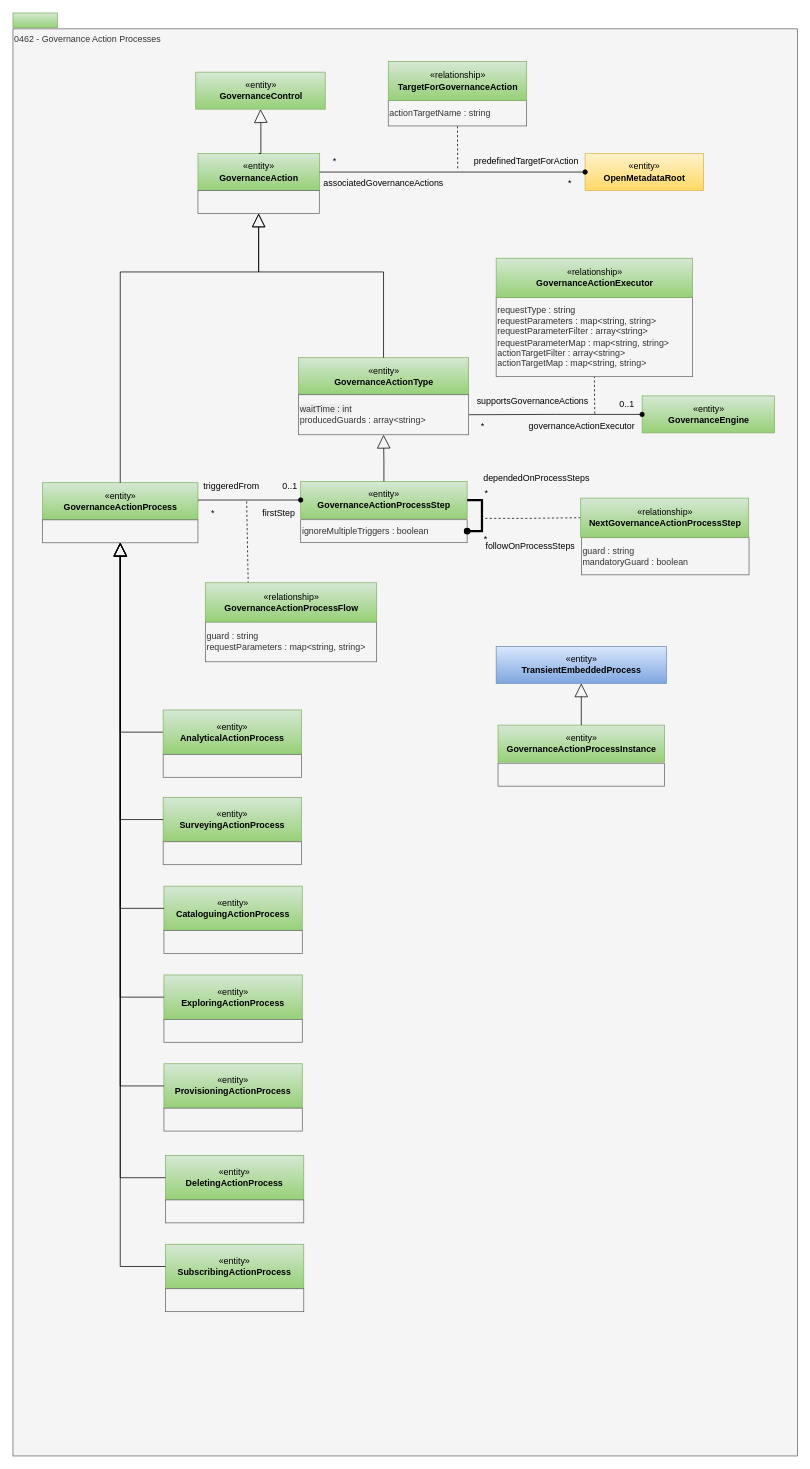
This is page "0462-Governance-Action-Processes" (22 of 30) of site/docs/types/4/area-4-governance.drawio from odpi/egeria-docs, a draw.io file, before an edit. Source tidied: cells renumbered, new cells numbered last; positions are measured from the earlier drawing's top-left corner, leaving out a move shared by most shapes. Both pictures are drawn from the tidied source at 74%, with x=0, y=0 at pixel (13, 13).
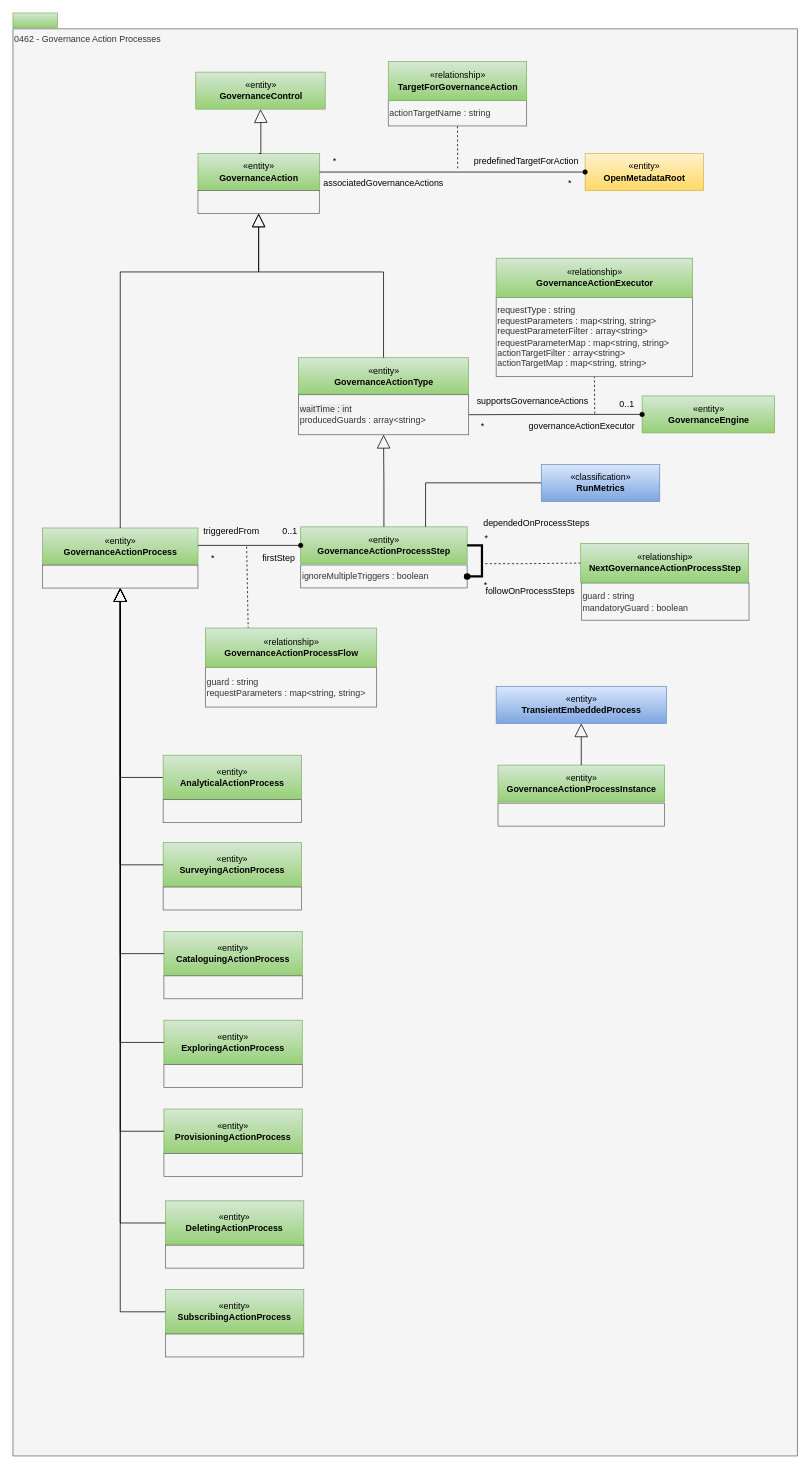
The same diagram, later.

What changed in the source:
```diff
@@
     <mxCell id="4" value="ignoreMultipleTriggers : boolean" style="rounded=0;whiteSpace=wrap;html=1;strokeColor=#666666;align=left;fillColor=#f5f5f5;fontColor=#333333;" parent="1" vertex="1">
-      <mxGeometry x="388.8" y="684.8" width="225" height="31" as="geometry" />
+      <mxGeometry x="388.8" y="746" width="225" height="31" as="geometry" />
     </mxCell>
@@
     <mxCell id="6" value="guard : string&lt;br&gt;mandatoryGuard : boolean&lt;br&gt;" style="rounded=0;whiteSpace=wrap;html=1;strokeColor=#666666;align=left;fillColor=#f5f5f5;fontColor=#333333;" parent="1" vertex="1">
-      <mxGeometry x="768.2" y="709.1" width="226.5" height="50.2" as="geometry" />
+      <mxGeometry x="768.2" y="770.4" width="226.5" height="50.2" as="geometry" />
     </mxCell>
     <mxCell id="7" value="*" style="text;html=1;strokeColor=none;fillColor=none;align=center;verticalAlign=middle;whiteSpace=wrap;rounded=0;" parent="1" vertex="1">
-      <mxGeometry x="619.8" y="638.8" width="40" height="20" as="geometry" />
+      <mxGeometry x="619.8" y="700" width="40" height="20" as="geometry" />
     </mxCell>
     <mxCell id="8" value="*" style="text;html=1;strokeColor=none;fillColor=none;align=center;verticalAlign=middle;whiteSpace=wrap;rounded=0;" parent="1" vertex="1">
-      <mxGeometry x="619.2" y="702.2" width="40" height="20" as="geometry" />
+      <mxGeometry x="619.2" y="763.5" width="40" height="20" as="geometry" />
     </mxCell>
     <mxCell id="9" value="dependedOnProcessSteps" style="text;html=1;align=left;verticalAlign=top;spacingTop=-4;" parent="1" vertex="1">
-      <mxGeometry x="634.2" y="618.8" width="170" height="20" as="geometry" />
+      <mxGeometry x="634.2" y="680" width="170" height="20" as="geometry" />
     </mxCell>
     <mxCell id="10" value="followOnProcessSteps" style="text;html=1;align=left;verticalAlign=top;spacingTop=-4;" parent="1" vertex="1">
-      <mxGeometry x="636.5" y="711" width="140" height="20" as="geometry" />
+      <mxGeometry x="636.5" y="772.2" width="140" height="20" as="geometry" />
     </mxCell>
     <mxCell id="11" value="«entity»&lt;br&gt;&lt;b&gt;GovernanceActionProcessStep&lt;/b&gt;" style="html=1;strokeColor=#82b366;align=center;fillColor=#d5e8d4;gradientColor=#97d077;" parent="1" vertex="1">
-      <mxGeometry x="388.8" y="633.2" width="225" height="50" as="geometry" />
+      <mxGeometry x="388.8" y="694.5" width="225" height="50" as="geometry" />
     </mxCell>
     <mxCell id="12" style="edgeStyle=orthogonalEdgeStyle;rounded=0;html=1;exitX=0;exitY=0.5;exitDx=0;exitDy=0;dashed=1;endArrow=none;endFill=0;jettySize=auto;" parent="1" edge="1" source="13">
       <mxGeometry relative="1" as="geometry">
-        <mxPoint x="635" y="683" as="targetPoint" />
+        <mxPoint x="635" y="744.2" as="targetPoint" />
         <Array as="points">
-          <mxPoint x="693.8" y="682" />
-          <mxPoint x="693.8" y="682" />
+          <mxPoint x="693.8" y="743.2" />
+          <mxPoint x="693.8" y="743.2" />
         </Array>
       </mxGeometry>
     </mxCell>
     <mxCell id="13" value="«relationship»&lt;br&gt;&lt;b&gt;NextGovernanceActionProcessStep&lt;/b&gt;" style="html=1;strokeColor=#82b366;align=center;fillColor=#d5e8d4;gradientColor=#97d077;" parent="1" vertex="1">
-      <mxGeometry x="767.2" y="655.6" width="227" height="53" as="geometry" />
+      <mxGeometry x="767.2" y="716.9" width="227" height="53" as="geometry" />
     </mxCell>
@@
     <mxCell id="19" style="edgeStyle=orthogonalEdgeStyle;rounded=0;jettySize=auto;html=1;exitX=1;exitY=0.5;exitDx=0;exitDy=0;endArrow=oval;endFill=1;endSize=6;strokeWidth=1;entryX=0;entryY=0.5;entryDx=0;entryDy=0;curved=0;" parent="1" edge="1" source="20" target="11">
       <mxGeometry relative="1" as="geometry">
         <Array as="points">
-          <mxPoint x="250" y="658.3" />
+          <mxPoint x="250" y="719.5" />
         </Array>
       </mxGeometry>
     </mxCell>
     <mxCell id="20" value="«entity»&lt;br&gt;&lt;b&gt;GovernanceActionProcess&lt;/b&gt;" style="html=1;strokeColor=#82b366;align=center;fillColor=#d5e8d4;gradientColor=#97d077;" parent="1" vertex="1">
-      <mxGeometry x="40" y="634.8" width="210" height="50" as="geometry" />
+      <mxGeometry x="40" y="696" width="210" height="50" as="geometry" />
     </mxCell>
     <mxCell id="21" style="rounded=0;whiteSpace=wrap;html=1;strokeColor=#666666;align=left;fillColor=#f5f5f5;fontColor=#333333;" parent="1" vertex="1">
-      <mxGeometry x="40" y="685" width="210" height="31" as="geometry" />
+      <mxGeometry x="40" y="746.2" width="210" height="31" as="geometry" />
     </mxCell>
     <mxCell id="22" style="endArrow=none;dashed=1;html=1;entryX=0.25;entryY=0;entryDx=0;entryDy=0;" parent="1" edge="1" target="24">
       <mxGeometry relative="1" as="geometry">
-        <mxPoint x="315.8" y="660" as="sourcePoint" />
+        <mxPoint x="315.8" y="721.2" as="sourcePoint" />
       </mxGeometry>
     </mxCell>
     <mxCell id="23" value="&lt;span&gt;guard : string&lt;/span&gt;&lt;div&gt;requestParameters : map&amp;lt;string, string&amp;gt;&lt;br&gt;&lt;/div&gt;" style="rounded=0;whiteSpace=wrap;html=1;strokeColor=#666666;align=left;fillColor=#f5f5f5;fontColor=#333333;" parent="1" vertex="1">
-      <mxGeometry x="260" y="823" width="231.5" height="53.8" as="geometry" />
+      <mxGeometry x="260" y="884.2" width="231.5" height="53.8" as="geometry" />
     </mxCell>
     <mxCell id="24" value="«relationship»&lt;br&gt;&lt;b&gt;GovernanceActionProcessFlow&lt;/b&gt;" style="html=1;strokeColor=#82b366;align=center;fillColor=#d5e8d4;gradientColor=#97d077;" parent="1" vertex="1">
-      <mxGeometry x="260" y="770" width="231.5" height="53" as="geometry" />
+      <mxGeometry x="260" y="831.2" width="231.5" height="53" as="geometry" />
     </mxCell>
     <mxCell id="25" value="firstStep" style="text;html=1;align=center;verticalAlign=middle;" parent="1" vertex="1">
-      <mxGeometry x="324" y="661" width="70" height="30" as="geometry" />
+      <mxGeometry x="324" y="722.2" width="70" height="30" as="geometry" />
     </mxCell>
     <mxCell id="26" value="triggeredFrom" style="text;html=1;align=center;verticalAlign=middle;" parent="1" vertex="1">
-      <mxGeometry x="250" y="630" width="90" height="20" as="geometry" />
+      <mxGeometry x="250" y="691.2" width="90" height="20" as="geometry" />
     </mxCell>
     <mxCell id="27" value="0..1" style="text;html=1;align=center;verticalAlign=middle;" parent="1" vertex="1">
-      <mxGeometry x="354" y="630" width="40" height="20" as="geometry" />
+      <mxGeometry x="354" y="691.2" width="40" height="20" as="geometry" />
     </mxCell>
     <mxCell id="28" value="*" style="text;html=1;align=center;verticalAlign=middle;" parent="1" vertex="1">
-      <mxGeometry x="260" y="666" width="20" height="20" as="geometry" />
+      <mxGeometry x="260" y="727.2" width="20" height="20" as="geometry" />
     </mxCell>
@@
     <mxCell id="46" style="rounded=0;whiteSpace=wrap;html=1;strokeColor=#666666;align=left;fillColor=#f5f5f5;fontColor=#333333;" parent="1" vertex="1">
-      <mxGeometry x="655.5" y="1013.9" width="225" height="31" as="geometry" />
+      <mxGeometry x="655.5" y="1067.9" width="225" height="31" as="geometry" />
     </mxCell>
     <mxCell id="47" value="«entity»&lt;br&gt;&lt;b&gt;GovernanceActionProcessInstance&lt;/b&gt;" style="html=1;strokeColor=#82b366;align=center;fillColor=#d5e8d4;gradientColor=#97d077;" parent="1" vertex="1">
-      <mxGeometry x="655.5" y="962.4" width="225" height="50" as="geometry" />
+      <mxGeometry x="655.5" y="1016.4" width="225" height="50" as="geometry" />
     </mxCell>
     <mxCell id="48" value="«entity»&lt;br&gt;&lt;b&gt;TransientEmbeddedProcess&lt;/b&gt;" style="html=1;strokeColor=#6c8ebf;align=center;fillColor=#dae8fc;gradientColor=#7ea6e0;" parent="1" vertex="1">
-      <mxGeometry x="653" y="856" width="230" height="50" as="geometry" />
+      <mxGeometry x="653" y="910" width="230" height="50" as="geometry" />
     </mxCell>
@@
     <mxCell id="56" value="&lt;span style=&quot;white-space: nowrap;&quot;&gt;«entity»&lt;/span&gt;&lt;br style=&quot;white-space: nowrap;&quot;&gt;&lt;b style=&quot;white-space: nowrap;&quot;&gt;AnalyticalActionProcess&lt;/b&gt;" style="rounded=0;whiteSpace=wrap;html=1;fillColor=#d5e8d4;gradientColor=#97d077;strokeColor=#82b366;" parent="1" vertex="1">
-      <mxGeometry x="203" y="941.9" width="187" height="60" as="geometry" />
+      <mxGeometry x="203" y="1003.1" width="187" height="60" as="geometry" />
     </mxCell>
     <mxCell id="57" style="rounded=0;whiteSpace=wrap;html=1;strokeColor=#666666;align=left;fillColor=#f5f5f5;fontColor=#333333;" parent="1" vertex="1">
-      <mxGeometry x="203" y="1001.9" width="187" height="31" as="geometry" />
+      <mxGeometry x="203" y="1063.1" width="187" height="31" as="geometry" />
     </mxCell>
     <mxCell id="58" value="&lt;span style=&quot;white-space: nowrap;&quot;&gt;«entity»&lt;/span&gt;&lt;br style=&quot;white-space: nowrap;&quot;&gt;&lt;b style=&quot;background-color: transparent; color: light-dark(rgb(0, 0, 0), rgb(255, 255, 255)); white-space: nowrap;&quot;&gt;SurveyingActionProcess&lt;/b&gt;" style="rounded=0;whiteSpace=wrap;html=1;fillColor=#d5e8d4;gradientColor=#97d077;strokeColor=#82b366;" parent="1" vertex="1">
-      <mxGeometry x="203" y="1060" width="187" height="60" as="geometry" />
+      <mxGeometry x="203" y="1121.2" width="187" height="60" as="geometry" />
     </mxCell>
     <mxCell id="59" style="rounded=0;whiteSpace=wrap;html=1;strokeColor=#666666;align=left;fillColor=#f5f5f5;fontColor=#333333;" parent="1" vertex="1">
-      <mxGeometry x="203" y="1120" width="187" height="31" as="geometry" />
+      <mxGeometry x="203" y="1181.2" width="187" height="31" as="geometry" />
     </mxCell>
     <mxCell id="60" value="&lt;span style=&quot;white-space: nowrap;&quot;&gt;«entity»&lt;/span&gt;&lt;br style=&quot;white-space: nowrap;&quot;&gt;&lt;b style=&quot;color: light-dark(rgb(0, 0, 0), rgb(255, 255, 255)); white-space: nowrap; background-color: transparent;&quot;&gt;CataloguingActionProcess&lt;/b&gt;" style="rounded=0;whiteSpace=wrap;html=1;fillColor=#d5e8d4;gradientColor=#97d077;strokeColor=#82b366;" parent="1" vertex="1">
-      <mxGeometry x="204" y="1180" width="187" height="60" as="geometry" />
+      <mxGeometry x="204" y="1241.2" width="187" height="60" as="geometry" />
     </mxCell>
     <mxCell id="61" style="rounded=0;whiteSpace=wrap;html=1;strokeColor=#666666;align=left;fillColor=#f5f5f5;fontColor=#333333;" parent="1" vertex="1">
-      <mxGeometry x="204" y="1240" width="187" height="31" as="geometry" />
+      <mxGeometry x="204" y="1301.2" width="187" height="31" as="geometry" />
     </mxCell>
     <mxCell id="62" value="&lt;span style=&quot;white-space: nowrap;&quot;&gt;«entity»&lt;/span&gt;&lt;br style=&quot;white-space: nowrap;&quot;&gt;&lt;b style=&quot;color: light-dark(rgb(0, 0, 0), rgb(255, 255, 255)); white-space: nowrap; background-color: transparent;&quot;&gt;ExploringActionProcess&lt;/b&gt;" style="rounded=0;whiteSpace=wrap;html=1;fillColor=#d5e8d4;gradientColor=#97d077;strokeColor=#82b366;" parent="1" vertex="1">
-      <mxGeometry x="204" y="1300" width="187" height="60" as="geometry" />
+      <mxGeometry x="204" y="1361.2" width="187" height="60" as="geometry" />
     </mxCell>
     <mxCell id="63" style="rounded=0;whiteSpace=wrap;html=1;strokeColor=#666666;align=left;fillColor=#f5f5f5;fontColor=#333333;" parent="1" vertex="1">
-      <mxGeometry x="204" y="1360" width="187" height="31" as="geometry" />
+      <mxGeometry x="204" y="1421.2" width="187" height="31" as="geometry" />
     </mxCell>
@@
     <mxCell id="67" value="&lt;span style=&quot;white-space: nowrap;&quot;&gt;«entity»&lt;/span&gt;&lt;br style=&quot;white-space: nowrap;&quot;&gt;&lt;b style=&quot;color: light-dark(rgb(0, 0, 0), rgb(255, 255, 255)); white-space: nowrap; background-color: transparent;&quot;&gt;ProvisioningActionProcess&lt;/b&gt;" style="rounded=0;whiteSpace=wrap;html=1;fillColor=#d5e8d4;gradientColor=#97d077;strokeColor=#82b366;" parent="1" vertex="1">
-      <mxGeometry x="204" y="1420" width="187" height="60" as="geometry" />
+      <mxGeometry x="204" y="1481.2" width="187" height="60" as="geometry" />
     </mxCell>
     <mxCell id="68" style="rounded=0;whiteSpace=wrap;html=1;strokeColor=#666666;align=left;fillColor=#f5f5f5;fontColor=#333333;" parent="1" vertex="1">
-      <mxGeometry x="204" y="1480" width="187" height="31" as="geometry" />
+      <mxGeometry x="204" y="1541.2" width="187" height="31" as="geometry" />
     </mxCell>
@@
     <mxCell id="70" value="&lt;span style=&quot;white-space: nowrap;&quot;&gt;«entity»&lt;/span&gt;&lt;br style=&quot;white-space: nowrap;&quot;&gt;&lt;b style=&quot;color: light-dark(rgb(0, 0, 0), rgb(255, 255, 255)); white-space: nowrap; background-color: transparent;&quot;&gt;DeletingActionProcess&lt;/b&gt;" style="rounded=0;whiteSpace=wrap;html=1;fillColor=#d5e8d4;gradientColor=#97d077;strokeColor=#82b366;" parent="1" vertex="1">
-      <mxGeometry x="206" y="1544" width="187" height="60" as="geometry" />
+      <mxGeometry x="206" y="1605.2" width="187" height="60" as="geometry" />
     </mxCell>
     <mxCell id="71" style="rounded=0;whiteSpace=wrap;html=1;strokeColor=#666666;align=left;fillColor=#f5f5f5;fontColor=#333333;" parent="1" vertex="1">
-      <mxGeometry x="206" y="1604" width="187" height="31" as="geometry" />
+      <mxGeometry x="206" y="1665.2" width="187" height="31" as="geometry" />
     </mxCell>
     <mxCell id="72" value="&lt;span style=&quot;white-space: nowrap;&quot;&gt;«entity»&lt;/span&gt;&lt;br style=&quot;white-space: nowrap;&quot;&gt;&lt;b style=&quot;color: light-dark(rgb(0, 0, 0), rgb(255, 255, 255)); white-space: nowrap; background-color: transparent;&quot;&gt;SubscribingActionProcess&lt;/b&gt;" style="rounded=0;whiteSpace=wrap;html=1;fillColor=#d5e8d4;gradientColor=#97d077;strokeColor=#82b366;" parent="1" vertex="1">
-      <mxGeometry x="206" y="1664" width="187" height="60" as="geometry" />
+      <mxGeometry x="206" y="1725.2" width="187" height="60" as="geometry" />
     </mxCell>
     <mxCell id="73" style="rounded=0;whiteSpace=wrap;html=1;strokeColor=#666666;align=left;fillColor=#f5f5f5;fontColor=#333333;" parent="1" vertex="1">
-      <mxGeometry x="206" y="1724" width="187" height="31" as="geometry" />
+      <mxGeometry x="206" y="1785.2" width="187" height="31" as="geometry" />
     </mxCell>
@@
+    <mxCell id="76" style="edgeStyle=orthogonalEdgeStyle;rounded=0;jettySize=auto;html=1;exitX=0.75;exitY=0;exitDx=0;exitDy=0;endArrow=none;endFill=0;entryX=0;entryY=0.5;entryDx=0;entryDy=0;" parent="1" edge="1" source="11" target="77">
+      <mxGeometry relative="1" as="geometry" />
+    </mxCell>
+    <mxCell id="77" value="«classification»&lt;br&gt;&lt;b&gt;RunMetrics&lt;/b&gt;" style="html=1;strokeColor=#6c8ebf;align=center;fillColor=#dae8fc;gradientColor=#7ea6e0;" parent="1" vertex="1">
+      <mxGeometry x="714" y="610" width="160" height="50" as="geometry" />
+    </mxCell>
```
